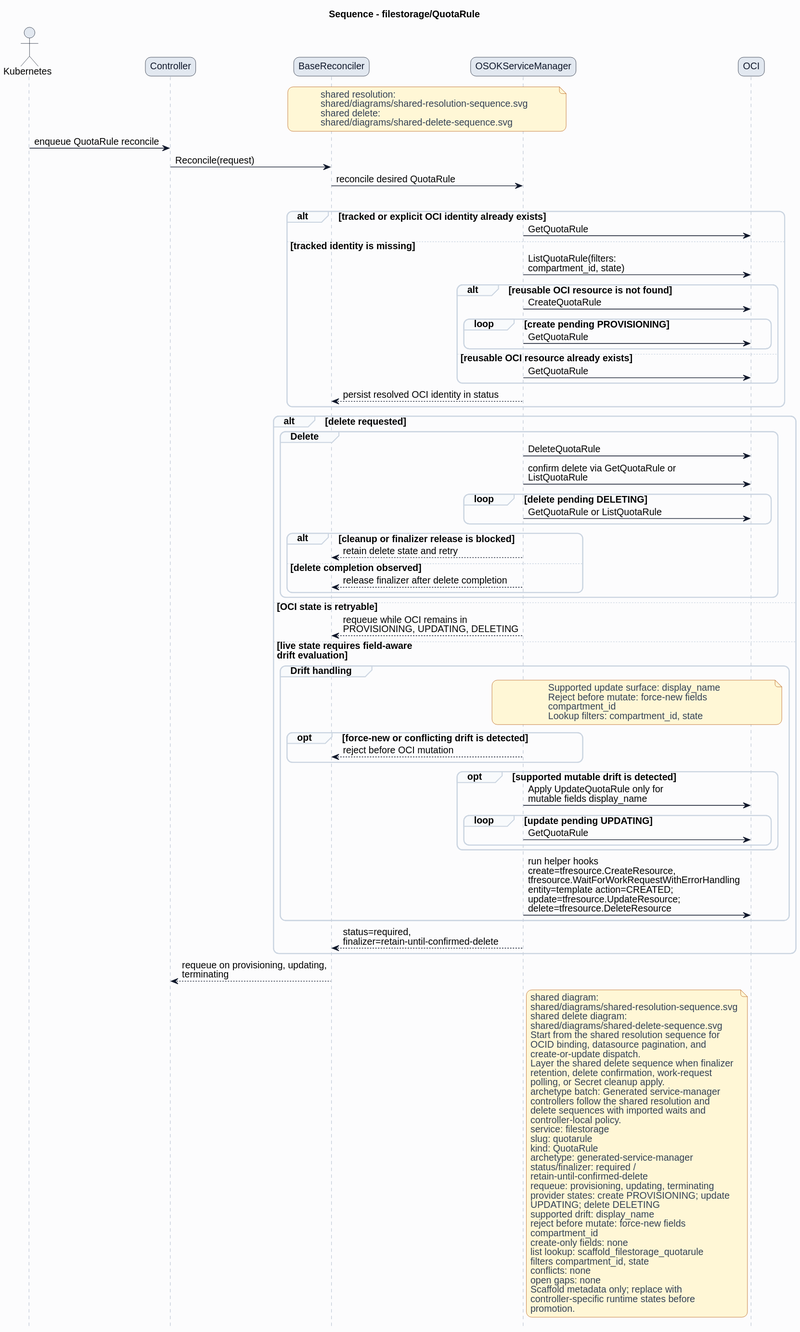
Above: formal/controllers/filestorage/quotarule/diagrams/sequence.svg in HaoyL666/oci-service-operator (PlantUML), before the change.
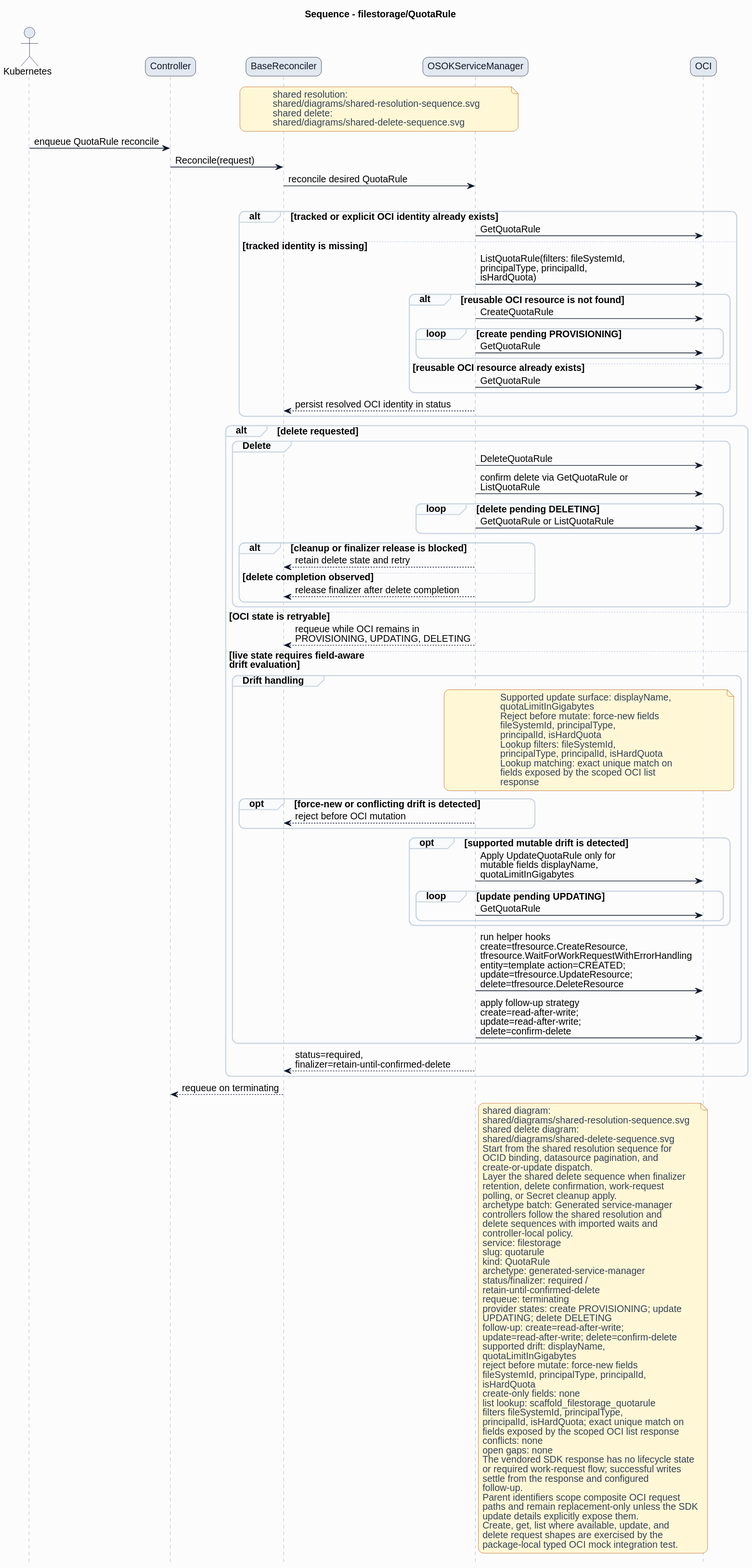
After the change.

The edit, as a diff of the source:
```diff
@@ -38,7 +38,7 @@
 alt tracked or explicit OCI identity already exists
 ServiceManager -> OCI: GetQuotaRule
 else tracked identity is missing
-ServiceManager -> OCI: ListQuotaRule(filters:\ncompartment_id, state)
+ServiceManager -> OCI: ListQuotaRule(filters: fileSystemId,\nprincipalType, principalId,\nisHardQuota)
 alt reusable OCI resource is not found
 ServiceManager -> OCI: CreateQuotaRule
 loop create pending PROVISIONING
@@ -67,25 +67,32 @@
 else live state requires field-aware\ndrift evaluation
 group Drift handling
 note over ServiceManager,OCI
-Supported update surface: display_name
+Supported update surface: displayName,
+quotaLimitInGigabytes
 Reject before mutate: force-new fields
-compartment_id
-Lookup filters: compartment_id, state
+fileSystemId, principalType,
+principalId, isHardQuota
+Lookup filters: fileSystemId,
+principalType, principalId, isHardQuota
+Lookup matching: exact unique match on
+fields exposed by the scoped OCI list
+response
 end note
 opt force-new or conflicting drift is detected
 ServiceManager --> BaseReconciler: reject before OCI mutation
 end
 opt supported mutable drift is detected
-ServiceManager -> OCI: Apply UpdateQuotaRule only for\nmutable fields display_name
+ServiceManager -> OCI: Apply UpdateQuotaRule only for\nmutable fields displayName,\nquotaLimitInGigabytes
 loop update pending UPDATING
 ServiceManager -> OCI: GetQuotaRule
 end
 end
 ServiceManager -> OCI: run helper hooks\ncreate=tfresource.CreateResource,\ntfresource.WaitForWorkRequestWithErrorHandling\nentity=template action=CREATED;\nupdate=tfresource.UpdateResource;\ndelete=tfresource.DeleteResource
+ServiceManager -> OCI: apply follow-up strategy\ncreate=read-after-write;\nupdate=read-after-write;\ndelete=confirm-delete
 end
 ServiceManager --> BaseReconciler: status=required,\nfinalizer=retain-until-confirmed-delete
 end
-BaseReconciler --> Controller: requeue on provisioning, updating,\nterminating
+BaseReconciler --> Controller: requeue on terminating
 note right of ServiceManager
 shared diagram:
 shared/diagrams/shared-resolution-sequence.svg
@@ -107,19 +114,32 @@
 archetype: generated-service-manager
 status/finalizer: required /
 retain-until-confirmed-delete
-requeue: provisioning, updating, terminating
+requeue: terminating
 provider states: create PROVISIONING; update
 UPDATING; delete DELETING
-supported drift: display_name
+follow-up: create=read-after-write;
+update=read-after-write; delete=confirm-delete
+supported drift: displayName,
+quotaLimitInGigabytes
 reject before mutate: force-new fields
-compartment_id
+fileSystemId, principalType, principalId,
+isHardQuota
 create-only fields: none
 list lookup: scaffold_filestorage_quotarule
-filters compartment_id, state
+filters fileSystemId, principalType,
+principalId, isHardQuota; exact unique match on
+fields exposed by the scoped OCI list response
 conflicts: none
 open gaps: none
-Scaffold metadata only; replace with
-controller-specific runtime states before
-promotion.
+The vendored SDK response has no lifecycle state
+or required work-request flow; successful writes
+settle from the response and configured
+follow-up.
+Parent identifiers scope composite OCI request
+paths and remain replacement-only unless the SDK
+update details explicitly expose them.
+Create, get, list where available, update, and
+delete request shapes are exercised by the
+package-local typed OCI mock integration test.
 end note
 @enduml
```
